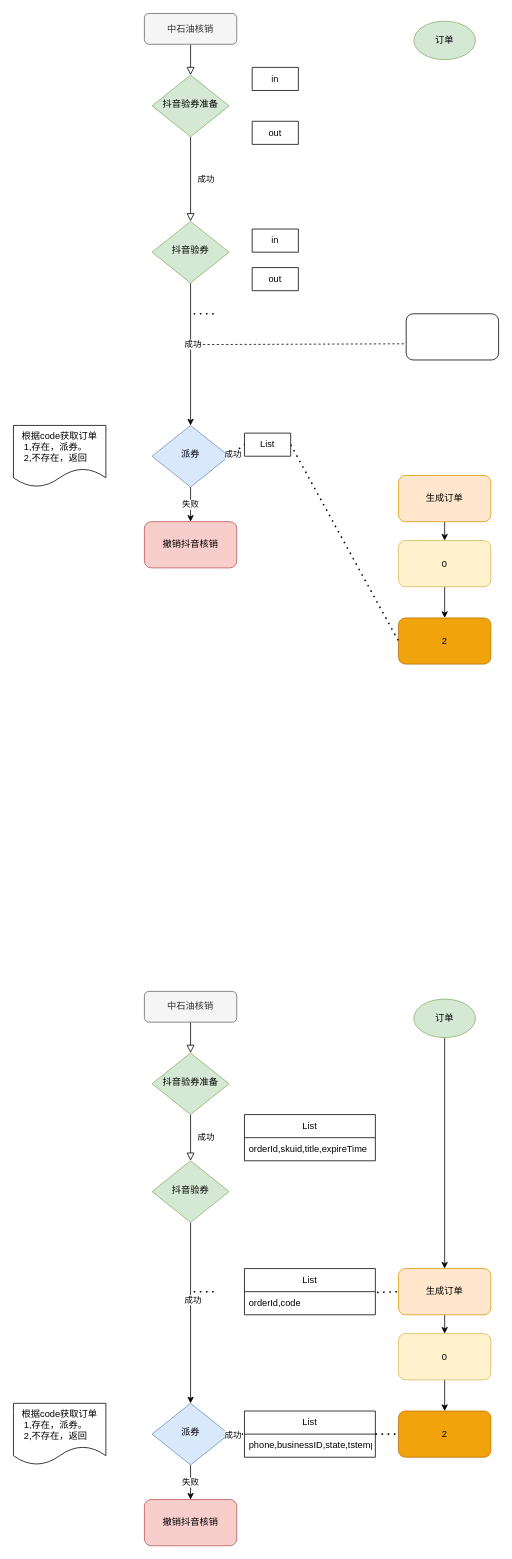
Earlier version of the draw.io diagram xlh/xlh.drawio (zhanghaiyang1/draw). Source tidied: cells renumbered, new cells numbered last; positions are measured from the earlier drawing's top-left corner, leaving out a move shared by most shapes. Both pictures are drawn from the tidied source at 77%, with x=0, y=0 at pixel (13, 13).
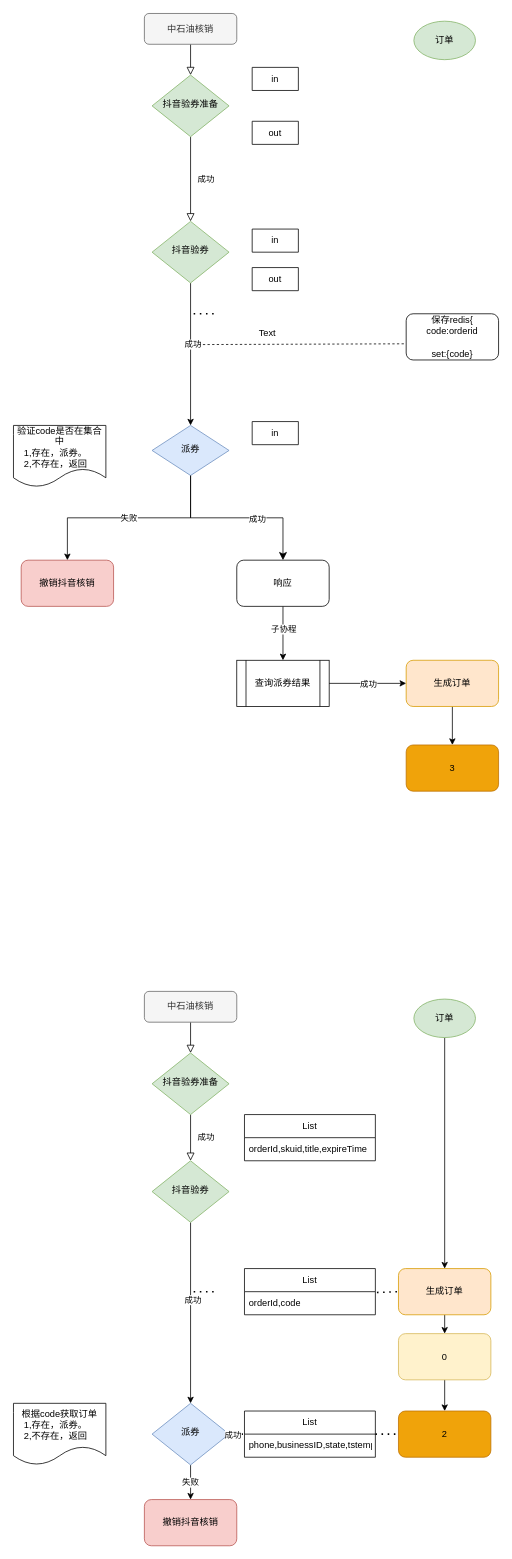
The same page after the edit.

The edit, as a diff of the source:
```diff
@@
-    <mxCell id="10" style="edgeStyle=orthogonalEdgeStyle;rounded=0;jettySize=auto;html=1;exitX=0.5;exitY=1;exitDx=0;exitDy=0;entryX=0.5;entryY=0;entryDx=0;entryDy=0;" parent="1" edge="1" source="11" target="13">
-      <mxGeometry relative="1" as="geometry" />
-    </mxCell>
+    <mxCell id="59" style="edgeStyle=orthogonalEdgeStyle;rounded=0;jettySize=auto;html=1;" parent="1" edge="1" source="11" target="15">
+      <mxGeometry relative="1" as="geometry" />
+    </mxCell>
     <mxCell id="11" value="生成订单" style="rounded=1;whiteSpace=wrap;html=1;fillColor=#ffe6cc;strokeColor=#d79b00;" parent="1" vertex="1">
-      <mxGeometry x="500" y="600" width="120" height="60" as="geometry" />
+      <mxGeometry x="510" y="840" width="120" height="60" as="geometry" />
     </mxCell>
-    <mxCell id="12" style="edgeStyle=orthogonalEdgeStyle;rounded=0;jettySize=auto;html=1;exitX=0.5;exitY=1;exitDx=0;exitDy=0;" parent="1" edge="1" source="13" target="15">
-      <mxGeometry relative="1" as="geometry" />
-    </mxCell>
-    <mxCell id="13" value="0" style="rounded=1;whiteSpace=wrap;html=1;fillColor=#fff2cc;strokeColor=#d6b656;" parent="1" vertex="1">
-      <mxGeometry x="500" y="684.5" width="120" height="60" as="geometry" />
-    </mxCell>
     <mxCell id="14" value="撤销抖音核销" style="rounded=1;whiteSpace=wrap;html=1;fillColor=#f8cecc;strokeColor=#b85450;" parent="1" vertex="1">
-      <mxGeometry x="170" y="660" width="120" height="60" as="geometry" />
+      <mxGeometry x="10" y="710" width="120" height="60" as="geometry" />
     </mxCell>
-    <mxCell id="15" value="2" style="rounded=1;whiteSpace=wrap;html=1;fillColor=#f0a30a;fontColor=#000000;strokeColor=#BD7000;" parent="1" vertex="1">
-      <mxGeometry x="500" y="785" width="120" height="60" as="geometry" />
+    <mxCell id="15" value="3" style="rounded=1;whiteSpace=wrap;html=1;fillColor=#f0a30a;fontColor=#000000;strokeColor=#BD7000;" parent="1" vertex="1">
+      <mxGeometry x="510" y="950" width="120" height="60" as="geometry" />
     </mxCell>
-    <mxCell id="16" style="endArrow=none;dashed=1;html=1;dashPattern=1 3;strokeWidth=2;rounded=0;entryX=0;entryY=0.5;entryDx=0;entryDy=0;exitX=1;exitY=0.5;exitDx=0;exitDy=0;" parent="1" edge="1" source="22" target="15">
-      <mxGeometry relative="1" as="geometry" />
-    </mxCell>
@@
     <mxCell id="19" value="派券" style="rhombus;whiteSpace=wrap;html=1;shadow=0;fontFamily=Helvetica;fontSize=12;align=center;strokeWidth=1;spacing=6;spacingTop=-4;fillColor=#dae8fc;strokeColor=#6c8ebf;" parent="1" vertex="1">
-      <mxGeometry x="180" y="535" width="100" height="80" as="geometry" />
+      <mxGeometry x="180" y="535" width="100" height="65" as="geometry" />
     </mxCell>
-    <mxCell id="20" style="endArrow=none;dashed=1;html=1;dashPattern=1 3;strokeWidth=2;rounded=0;entryX=0;entryY=0.5;entryDx=0;entryDy=0;exitX=1;exitY=0.5;exitDx=0;exitDy=0;" parent="1" edge="1" source="19" target="22">
-      <mxGeometry relative="1" as="geometry" />
-    </mxCell>
-    <mxCell id="21" value="成功" style="edgeLabel;html=1;align=center;verticalAlign=middle;" parent="20" vertex="1">
-      <mxGeometry x="-0.6" relative="1" as="geometry" />
-    </mxCell>
-    <mxCell id="22" value="List" style="swimlane;fontStyle=0;horizontal=1;startSize=30;whiteSpace=wrap;html=1;" parent="1" vertex="1" collapsed="1">
-      <mxGeometry x="300" y="545" width="60" height="30" as="geometry" />
+    <mxCell id="22" value="in" style="swimlane;fontStyle=0;horizontal=1;startSize=30;whiteSpace=wrap;html=1;" parent="1" vertex="1" collapsed="1">
+      <mxGeometry x="310" y="530" width="60" height="30" as="geometry" />
     </mxCell>
-    <mxCell id="23" value="&lt;div&gt;根据code获取订单&lt;/div&gt;&lt;div&gt;1,存在，派券。&amp;nbsp;&amp;nbsp;&amp;nbsp; &lt;br&gt;&lt;/div&gt;&lt;div&gt;2,不存在，返回&amp;nbsp;&amp;nbsp;&amp;nbsp; &lt;br&gt;&lt;/div&gt;" style="shape=document;whiteSpace=wrap;html=1;boundedLbl=1;" parent="1" vertex="1">
+    <mxCell id="23" value="&lt;div&gt;验证code是否在集合中&lt;/div&gt;&lt;div&gt;1,存在，派券。&amp;nbsp;&amp;nbsp;&amp;nbsp; &lt;br&gt;&lt;/div&gt;&lt;div&gt;2,不存在，返回&amp;nbsp;&amp;nbsp;&amp;nbsp; &lt;br&gt;&lt;/div&gt;" style="shape=document;whiteSpace=wrap;html=1;boundedLbl=1;" parent="1" vertex="1">
       <mxGeometry y="535" width="120" height="80" as="geometry" />
     </mxCell>
@@
-    <mxCell id="54" style="rounded=1;whiteSpace=wrap;html=1;" parent="1" vertex="1">
+    <mxCell id="54" value="保存redis{ code:orderid&lt;br&gt;&lt;br&gt;set:{code}" style="rounded=1;whiteSpace=wrap;html=1;" parent="1" vertex="1">
       <mxGeometry x="510" y="390" width="120" height="60" as="geometry" />
     </mxCell>
@@
+    <mxCell id="60" style="edgeStyle=orthogonalEdgeStyle;rounded=0;jettySize=auto;html=1;exitX=0.5;exitY=1;exitDx=0;exitDy=0;" parent="1" edge="1" source="62" target="66">
+      <mxGeometry relative="1" as="geometry" />
+    </mxCell>
+    <mxCell id="61" value="子协程" style="edgeLabel;html=1;align=center;verticalAlign=middle;" parent="60" vertex="1">
+      <mxGeometry x="-0.17" relative="1" as="geometry" />
+    </mxCell>
+    <mxCell id="62" value="响应" style="rounded=1;whiteSpace=wrap;html=1;" parent="1" vertex="1">
+      <mxGeometry x="290" y="710" width="120" height="60" as="geometry" />
+    </mxCell>
+    <mxCell id="63" value="Text" style="text;html=1;strokeColor=none;fillColor=none;align=center;verticalAlign=middle;whiteSpace=wrap;rounded=0;" parent="1" vertex="1">
+      <mxGeometry x="300" y="400" width="60" height="30" as="geometry" />
+    </mxCell>
+    <mxCell id="64" style="edgeStyle=elbowEdgeStyle;elbow=vertical;endArrow=classic;html=1;curved=0;rounded=0;endSize=8;startSize=8;exitX=0.5;exitY=1;exitDx=0;exitDy=0;" parent="1" edge="1" source="19" target="62">
+      <mxGeometry relative="1" as="geometry" />
+    </mxCell>
+    <mxCell id="65" value="成功" style="edgeLabel;html=1;align=center;verticalAlign=middle;" parent="64" vertex="1">
+      <mxGeometry x="0.23" relative="1" as="geometry">
+        <mxPoint y="1" as="offset" />
+      </mxGeometry>
+    </mxCell>
+    <mxCell id="66" value="查询派券结果" style="shape=process;whiteSpace=wrap;html=1;backgroundOutline=1;" parent="1" vertex="1">
+      <mxGeometry x="290" y="840" width="120" height="60" as="geometry" />
+    </mxCell>
+    <mxCell id="67" style="endArrow=classic;html=1;rounded=0;entryX=0;entryY=0.5;entryDx=0;entryDy=0;exitX=1;exitY=0.5;exitDx=0;exitDy=0;" parent="1" edge="1" source="66" target="11">
+      <mxGeometry relative="1" as="geometry" />
+    </mxCell>
+    <mxCell id="68" value="成功" style="edgeLabel;html=1;align=center;verticalAlign=middle;" parent="67" vertex="1">
+      <mxGeometry relative="1" as="geometry" />
+    </mxCell>
```
